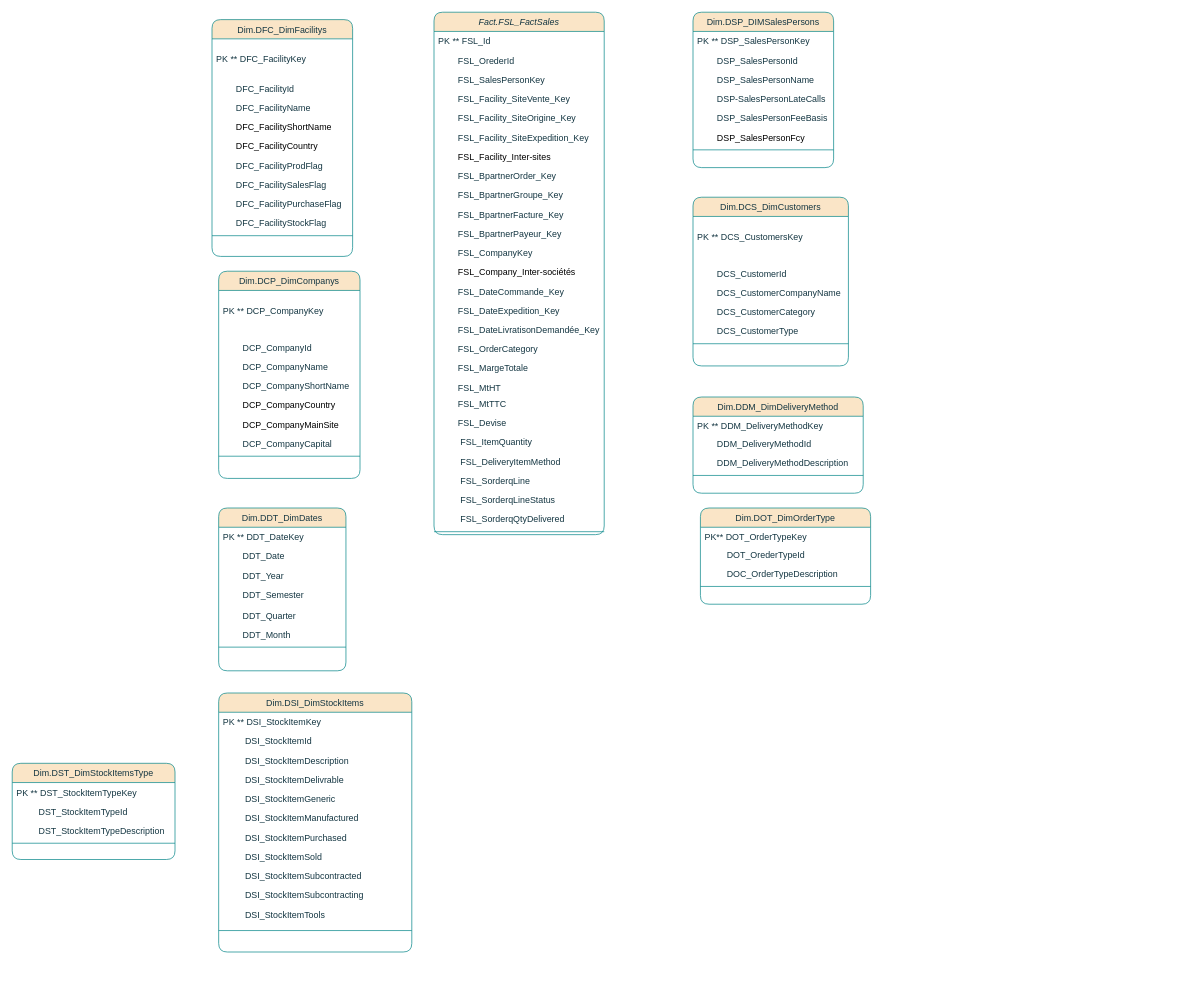
Above: Diagramme de classe.drawio in BorchaniMohamed/BI_PROJECT_PFE (draw.io), before the change. Source tidied: cells renumbered, new cells numbered last; positions are measured from the earlier drawing's top-left corner, leaving out a move shared by most shapes. Both pictures are drawn from the tidied source at 74%, with x=0, y=0 at pixel (12, 12).
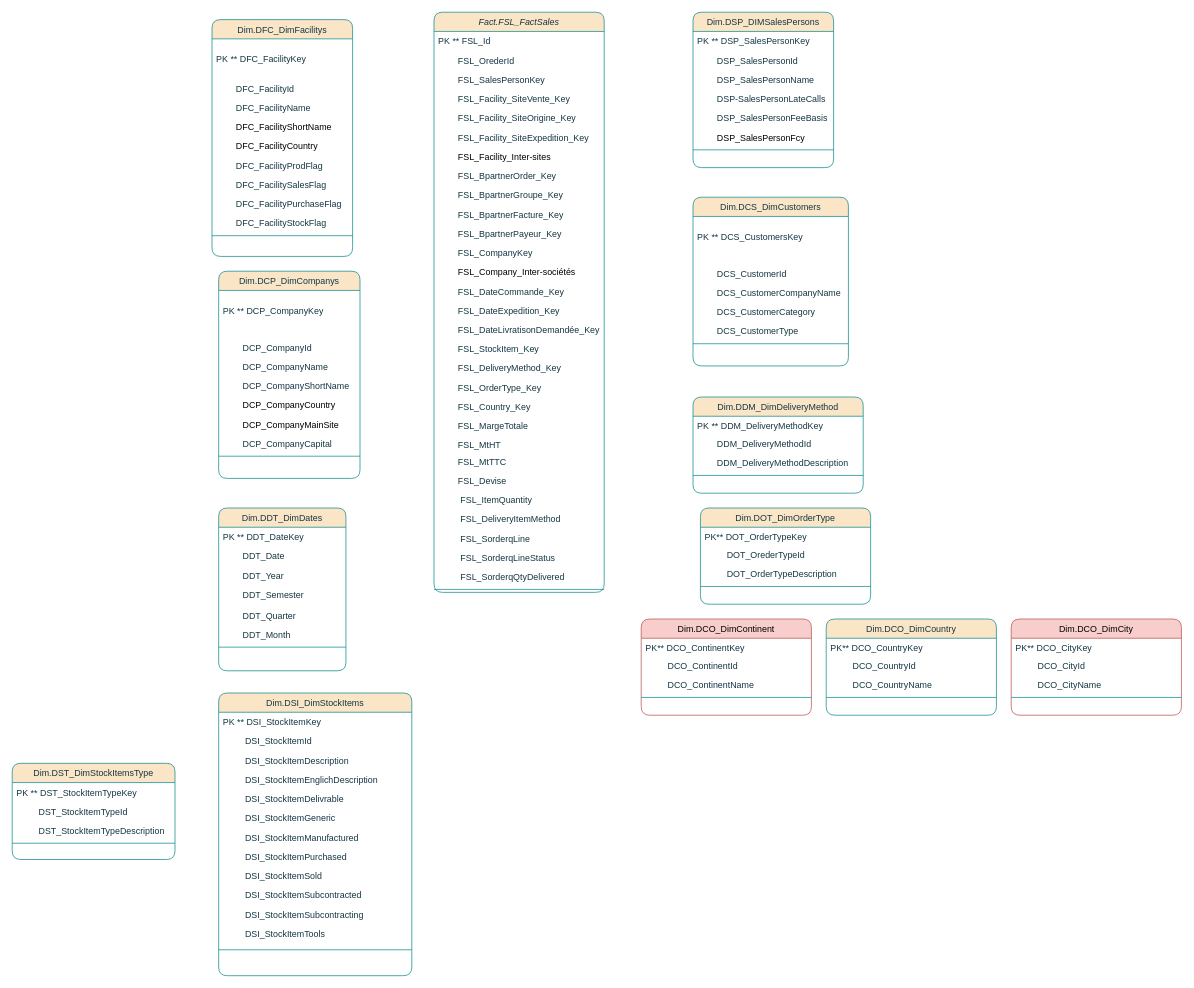
Above is the later version.

Commit message:
Mettre à jour Diagramme de classe.drawio

The change refers to these unchanged cells:
```xml
<mxCell id="78" value="Dim.DOT_DimOrderType" style="swimlane;fontStyle=0;align=center;verticalAlign=top;horizontal=1;startSize=26;rounded=1;shadow=0;strokeWidth=1;fillColor=#FAE5C7;strokeColor=#0F8B8D;labelBackgroundColor=none;fontColor=#143642;" parent="1" vertex="1">
  <mxGeometry x="930" y="670" width="230" height="130" as="geometry" />
</mxCell>
```

Change to the diagram source:
```diff
@@
     <mxCell id="2" value="Fact.FSL_FactSales" style="swimlane;fontStyle=2;align=center;verticalAlign=top;horizontal=1;startSize=26;rounded=1;shadow=0;strokeWidth=1;labelBackgroundColor=none;fillColor=#FAE5C7;strokeColor=#0F8B8D;fontColor=#143642;" parent="1" vertex="1">
-      <mxGeometry x="570" width="230" height="706" as="geometry" />
+      <mxGeometry x="570" width="230" height="784" as="geometry" />
     </mxCell>
@@
+    <mxCell id="101" value="        FSL_StockItem_Key" style="text;align=left;verticalAlign=top;spacingLeft=4;spacingRight=4;overflow=hidden;rounded=1;shadow=0;html=0;labelBackgroundColor=none;fontColor=#143642;" parent="2" vertex="1">
+      <mxGeometry y="442" width="230" height="26" as="geometry" />
+    </mxCell>
+    <mxCell id="102" value="        FSL_DeliveryMethod_Key" style="text;align=left;verticalAlign=top;spacingLeft=4;spacingRight=4;overflow=hidden;rounded=1;shadow=0;html=0;labelBackgroundColor=none;fontColor=#143642;" parent="2" vertex="1">
+      <mxGeometry y="468" width="230" height="26" as="geometry" />
+    </mxCell>
+    <mxCell id="103" value="        FSL_OrderType_Key" style="text;align=left;verticalAlign=top;spacingLeft=4;spacingRight=4;overflow=hidden;rounded=1;shadow=0;html=0;labelBackgroundColor=none;fontColor=#143642;" parent="2" vertex="1">
+      <mxGeometry y="494" width="230" height="26" as="geometry" />
+    </mxCell>
-    <mxCell id="19" value="        FSL_OrderCategory" style="text;align=left;verticalAlign=top;spacingLeft=4;spacingRight=4;overflow=hidden;rounded=1;shadow=0;html=0;labelBackgroundColor=none;fontColor=#143642;" parent="2" vertex="1">
-      <mxGeometry y="442" width="230" height="26" as="geometry" />
+    <mxCell id="19" value="        FSL_Country_Key" style="text;align=left;verticalAlign=top;spacingLeft=4;spacingRight=4;overflow=hidden;rounded=1;shadow=0;html=0;labelBackgroundColor=none;fontColor=#143642;" parent="2" vertex="1">
+      <mxGeometry y="520" width="230" height="26" as="geometry" />
     </mxCell>
     <mxCell id="20" value="        FSL_MargeTotale" style="text;align=left;verticalAlign=top;spacingLeft=4;spacingRight=4;overflow=hidden;rounded=1;shadow=0;html=0;labelBackgroundColor=none;fontColor=#143642;" parent="2" vertex="1">
-      <mxGeometry y="468" width="230" height="26" as="geometry" />
+      <mxGeometry y="546" width="230" height="26" as="geometry" />
     </mxCell>
     <mxCell id="21" value="        FSL_MtHT" style="text;align=left;verticalAlign=top;spacingLeft=4;spacingRight=4;overflow=hidden;rounded=1;shadow=0;html=0;labelBackgroundColor=none;fontColor=#143642;" parent="2" vertex="1">
-      <mxGeometry y="494" width="230" height="22" as="geometry" />
+      <mxGeometry y="572" width="230" height="22" as="geometry" />
     </mxCell>
     <mxCell id="22" value="        FSL_MtTTC" style="text;align=left;verticalAlign=top;spacingLeft=4;spacingRight=4;overflow=hidden;rounded=1;shadow=0;html=0;labelBackgroundColor=none;fontColor=#143642;" parent="2" vertex="1">
-      <mxGeometry y="516" width="230" height="26" as="geometry" />
+      <mxGeometry y="594" width="230" height="26" as="geometry" />
     </mxCell>
     <mxCell id="23" value="        FSL_Devise" style="text;align=left;verticalAlign=top;spacingLeft=4;spacingRight=4;overflow=hidden;rounded=1;shadow=0;html=0;labelBackgroundColor=none;fontColor=#143642;" parent="2" vertex="1">
-      <mxGeometry y="542" width="230" height="26" as="geometry" />
+      <mxGeometry y="620" width="230" height="26" as="geometry" />
     </mxCell>
     <mxCell id="24" value="         FSL_ItemQuantity" style="text;align=left;verticalAlign=top;spacingLeft=4;spacingRight=4;overflow=hidden;rounded=1;shadow=0;html=0;labelBackgroundColor=none;fontColor=#143642;" parent="2" vertex="1">
-      <mxGeometry y="568" width="230" height="26" as="geometry" />
+      <mxGeometry y="646" width="230" height="26" as="geometry" />
     </mxCell>
     <mxCell id="25" value="         FSL_DeliveryItemMethod" style="text;align=left;verticalAlign=top;spacingLeft=4;spacingRight=4;overflow=hidden;rounded=1;shadow=0;html=0;labelBackgroundColor=none;fontColor=#143642;" parent="2" vertex="1">
-      <mxGeometry y="594" width="230" height="26" as="geometry" />
+      <mxGeometry y="672" width="230" height="26" as="geometry" />
     </mxCell>
     <mxCell id="26" value="         FSL_SorderqLine" style="text;align=left;verticalAlign=top;spacingLeft=4;spacingRight=4;overflow=hidden;rounded=1;shadow=0;html=0;labelBackgroundColor=none;fontColor=#143642;" parent="2" vertex="1">
-      <mxGeometry y="620" width="230" height="26" as="geometry" />
+      <mxGeometry y="698" width="230" height="26" as="geometry" />
     </mxCell>
     <mxCell id="27" value="         FSL_SorderqLineStatus" style="text;align=left;verticalAlign=top;spacingLeft=4;spacingRight=4;overflow=hidden;rounded=1;shadow=0;html=0;labelBackgroundColor=none;fontColor=#143642;" parent="2" vertex="1">
-      <mxGeometry y="646" width="230" height="26" as="geometry" />
+      <mxGeometry y="724" width="230" height="26" as="geometry" />
     </mxCell>
     <mxCell id="28" value="         FSL_SorderqQtyDelivered" style="text;align=left;verticalAlign=top;spacingLeft=4;spacingRight=4;overflow=hidden;rounded=1;shadow=0;html=0;labelBackgroundColor=none;fontColor=#143642;" parent="2" vertex="1">
-      <mxGeometry y="672" width="230" height="26" as="geometry" />
+      <mxGeometry y="750" width="230" height="26" as="geometry" />
     </mxCell>
     <mxCell id="29" style="line;html=1;strokeWidth=1;align=left;verticalAlign=middle;spacingTop=-1;spacingLeft=3;spacingRight=3;labelPosition=right;labelBackgroundColor=none;fillColor=#FAE5C7;strokeColor=#0F8B8D;fontColor=#143642;rounded=1;" parent="2" vertex="1">
-      <mxGeometry y="698" width="230" height="8" as="geometry" />
+      <mxGeometry y="776" width="230" height="8" as="geometry" />
     </mxCell>
@@
-    <mxCell id="81" value="         DOC_OrderTypeDescription" style="text;align=left;verticalAlign=top;spacingLeft=4;spacingRight=4;overflow=hidden;labelBackgroundColor=none;fontColor=#143642;rounded=1;" parent="78" vertex="1">
+    <mxCell id="81" value="         DOT_OrderTypeDescription" style="text;align=left;verticalAlign=top;spacingLeft=4;spacingRight=4;overflow=hidden;labelBackgroundColor=none;fontColor=#143642;rounded=1;" parent="78" vertex="1">
       <mxGeometry y="76" width="230" height="26" as="geometry" />
     </mxCell>
@@
     <mxCell id="83" value="Dim.DSI_DimStockItems" style="swimlane;fontStyle=0;align=center;verticalAlign=top;horizontal=1;startSize=26;rounded=1;shadow=0;strokeWidth=1;fillColor=#FAE5C7;strokeColor=#0F8B8D;labelBackgroundColor=none;fontColor=#143642;" parent="1" vertex="1">
-      <mxGeometry x="279" y="920" width="261" height="350" as="geometry" />
+      <mxGeometry x="279" y="920" width="261" height="382" as="geometry" />
     </mxCell>
@@
+    <mxCell id="104" value="         DSI_StockItemEnglichDescription&#10;" style="text;align=left;verticalAlign=top;spacingLeft=4;spacingRight=4;overflow=hidden;labelBackgroundColor=none;fontColor=#143642;rounded=1;" parent="83" vertex="1">
+      <mxGeometry y="104" width="261" height="26" as="geometry" />
+    </mxCell>
     <mxCell id="87" value="         DSI_StockItemDelivrable" style="text;align=left;verticalAlign=top;spacingLeft=4;spacingRight=4;overflow=hidden;labelBackgroundColor=none;fontColor=#143642;rounded=1;" parent="83" vertex="1">
-      <mxGeometry y="104" width="261" height="26" as="geometry" />
+      <mxGeometry y="130" width="261" height="26" as="geometry" />
     </mxCell>
     <mxCell id="88" value="         DSI_StockItemGeneric &#10;" style="text;align=left;verticalAlign=top;spacingLeft=4;spacingRight=4;overflow=hidden;labelBackgroundColor=none;fontColor=#143642;rounded=1;" parent="83" vertex="1">
-      <mxGeometry y="130" width="261" height="26" as="geometry" />
+      <mxGeometry y="156" width="261" height="26" as="geometry" />
     </mxCell>
     <mxCell id="89" value="         DSI_StockItemManufactured" style="text;align=left;verticalAlign=top;spacingLeft=4;spacingRight=4;overflow=hidden;labelBackgroundColor=none;fontColor=#143642;rounded=1;" parent="83" vertex="1">
-      <mxGeometry y="156" width="261" height="26" as="geometry" />
+      <mxGeometry y="182" width="261" height="26" as="geometry" />
     </mxCell>
     <mxCell id="90" value="         DSI_StockItemPurchased" style="text;align=left;verticalAlign=top;spacingLeft=4;spacingRight=4;overflow=hidden;labelBackgroundColor=none;fontColor=#143642;rounded=1;" parent="83" vertex="1">
-      <mxGeometry y="182" width="261" height="26" as="geometry" />
+      <mxGeometry y="208" width="261" height="26" as="geometry" />
     </mxCell>
     <mxCell id="91" value="         DSI_StockItemSold&#10;" style="text;align=left;verticalAlign=top;spacingLeft=4;spacingRight=4;overflow=hidden;labelBackgroundColor=none;fontColor=#143642;rounded=1;" parent="83" vertex="1">
-      <mxGeometry y="208" width="261" height="26" as="geometry" />
+      <mxGeometry y="234" width="261" height="26" as="geometry" />
     </mxCell>
     <mxCell id="92" value="         DSI_StockItemSubcontracted" style="text;align=left;verticalAlign=top;spacingLeft=4;spacingRight=4;overflow=hidden;labelBackgroundColor=none;fontColor=#143642;rounded=1;" parent="83" vertex="1">
-      <mxGeometry y="234" width="261" height="26" as="geometry" />
+      <mxGeometry y="260" width="261" height="26" as="geometry" />
     </mxCell>
     <mxCell id="93" value="         DSI_StockItemSubcontracting&#10;" style="text;align=left;verticalAlign=top;spacingLeft=4;spacingRight=4;overflow=hidden;labelBackgroundColor=none;fontColor=#143642;rounded=1;" parent="83" vertex="1">
-      <mxGeometry y="260" width="261" height="26" as="geometry" />
+      <mxGeometry y="286" width="261" height="26" as="geometry" />
     </mxCell>
     <mxCell id="94" value="         DSI_StockItemTools&#10;" style="text;align=left;verticalAlign=top;spacingLeft=4;spacingRight=4;overflow=hidden;labelBackgroundColor=none;fontColor=#143642;rounded=1;" parent="83" vertex="1">
-      <mxGeometry y="286" width="261" height="26" as="geometry" />
+      <mxGeometry y="312" width="261" height="26" as="geometry" />
     </mxCell>
     <mxCell id="95" style="line;html=1;strokeWidth=1;align=left;verticalAlign=middle;spacingTop=-1;spacingLeft=3;spacingRight=3;labelPosition=right;labelBackgroundColor=none;fillColor=#FAE5C7;strokeColor=#0F8B8D;fontColor=#143642;rounded=1;" parent="83" vertex="1">
-      <mxGeometry y="312" width="261" height="18" as="geometry" />
+      <mxGeometry y="338" width="261" height="18" as="geometry" />
     </mxCell>
@@
+    <mxCell id="105" value="Dim.DCO_DimCountry" style="swimlane;fontStyle=0;align=center;verticalAlign=top;horizontal=1;startSize=26;rounded=1;shadow=0;strokeWidth=1;fillColor=#FAE5C7;strokeColor=#0F8B8D;labelBackgroundColor=none;fontColor=#143642;" parent="1" vertex="1">
+      <mxGeometry x="1100" y="820" width="230" height="130" as="geometry" />
+    </mxCell>
+    <mxCell id="106" value="PK** DCO_CountryKey&#10; " style="text;align=left;verticalAlign=top;spacingLeft=4;spacingRight=4;overflow=hidden;labelBackgroundColor=none;fontColor=#143642;rounded=1;" parent="105" vertex="1">
+      <mxGeometry y="26" width="230" height="24" as="geometry" />
+    </mxCell>
+    <mxCell id="107" value="         DCO_CountryId" style="text;align=left;verticalAlign=top;spacingLeft=4;spacingRight=4;overflow=hidden;labelBackgroundColor=none;fontColor=#143642;rounded=1;" parent="105" vertex="1">
+      <mxGeometry y="50" width="230" height="26" as="geometry" />
+    </mxCell>
+    <mxCell id="108" value="         DCO_CountryName" style="text;align=left;verticalAlign=top;spacingLeft=4;spacingRight=4;overflow=hidden;labelBackgroundColor=none;fontColor=#143642;rounded=1;" parent="105" vertex="1">
+      <mxGeometry y="76" width="230" height="26" as="geometry" />
+    </mxCell>
+    <mxCell id="109" style="line;html=1;strokeWidth=1;align=left;verticalAlign=middle;spacingTop=-1;spacingLeft=3;spacingRight=3;labelPosition=right;labelBackgroundColor=none;fillColor=#FAE5C7;strokeColor=#0F8B8D;fontColor=#143642;rounded=1;" parent="105" vertex="1">
+      <mxGeometry y="102" width="230" height="8" as="geometry" />
+    </mxCell>
+    <mxCell id="110" value="Dim.DCO_DimCity" style="swimlane;fontStyle=0;align=center;verticalAlign=top;horizontal=1;startSize=26;rounded=1;shadow=0;strokeWidth=1;fillColor=#f8cecc;strokeColor=#b85450;labelBackgroundColor=none;" parent="1" vertex="1">
+      <mxGeometry x="1350" y="820" width="230" height="130" as="geometry" />
+    </mxCell>
+    <mxCell id="111" value="PK** DCO_CityKey&#10; " style="text;align=left;verticalAlign=top;spacingLeft=4;spacingRight=4;overflow=hidden;labelBackgroundColor=none;fontColor=#143642;rounded=1;" parent="110" vertex="1">
+      <mxGeometry y="26" width="230" height="24" as="geometry" />
+    </mxCell>
+    <mxCell id="112" value="         DCO_CityId" style="text;align=left;verticalAlign=top;spacingLeft=4;spacingRight=4;overflow=hidden;labelBackgroundColor=none;fontColor=#143642;rounded=1;" parent="110" vertex="1">
+      <mxGeometry y="50" width="230" height="26" as="geometry" />
+    </mxCell>
+    <mxCell id="113" value="         DCO_CityName" style="text;align=left;verticalAlign=top;spacingLeft=4;spacingRight=4;overflow=hidden;labelBackgroundColor=none;fontColor=#143642;rounded=1;" parent="110" vertex="1">
+      <mxGeometry y="76" width="230" height="26" as="geometry" />
+    </mxCell>
+    <mxCell id="114" style="line;html=1;strokeWidth=1;align=left;verticalAlign=middle;spacingTop=-1;spacingLeft=3;spacingRight=3;labelPosition=right;labelBackgroundColor=none;fillColor=#FAE5C7;strokeColor=#0F8B8D;fontColor=#143642;rounded=1;" parent="110" vertex="1">
+      <mxGeometry y="102" width="230" height="8" as="geometry" />
+    </mxCell>
+    <mxCell id="115" value="Dim.DCO_DimContinent" style="swimlane;fontStyle=0;align=center;verticalAlign=top;horizontal=1;startSize=26;rounded=1;shadow=0;strokeWidth=1;fillColor=#f8cecc;strokeColor=#b85450;labelBackgroundColor=none;" parent="1" vertex="1">
+      <mxGeometry x="850" y="820" width="230" height="130" as="geometry" />
+    </mxCell>
+    <mxCell id="116" value="PK** DCO_ContinentKey&#10; " style="text;align=left;verticalAlign=top;spacingLeft=4;spacingRight=4;overflow=hidden;labelBackgroundColor=none;fontColor=#143642;rounded=1;" parent="115" vertex="1">
+      <mxGeometry y="26" width="230" height="24" as="geometry" />
+    </mxCell>
+    <mxCell id="117" value="         DCO_ContinentId" style="text;align=left;verticalAlign=top;spacingLeft=4;spacingRight=4;overflow=hidden;labelBackgroundColor=none;fontColor=#143642;rounded=1;" parent="115" vertex="1">
+      <mxGeometry y="50" width="230" height="26" as="geometry" />
+    </mxCell>
+    <mxCell id="118" value="         DCO_ContinentName" style="text;align=left;verticalAlign=top;spacingLeft=4;spacingRight=4;overflow=hidden;labelBackgroundColor=none;fontColor=#143642;rounded=1;" parent="115" vertex="1">
+      <mxGeometry y="76" width="230" height="26" as="geometry" />
+    </mxCell>
+    <mxCell id="119" style="line;html=1;strokeWidth=1;align=left;verticalAlign=middle;spacingTop=-1;spacingLeft=3;spacingRight=3;labelPosition=right;labelBackgroundColor=none;fillColor=#FAE5C7;strokeColor=#0F8B8D;fontColor=#143642;rounded=1;" parent="115" vertex="1">
+      <mxGeometry y="102" width="230" height="8" as="geometry" />
+    </mxCell>
```
